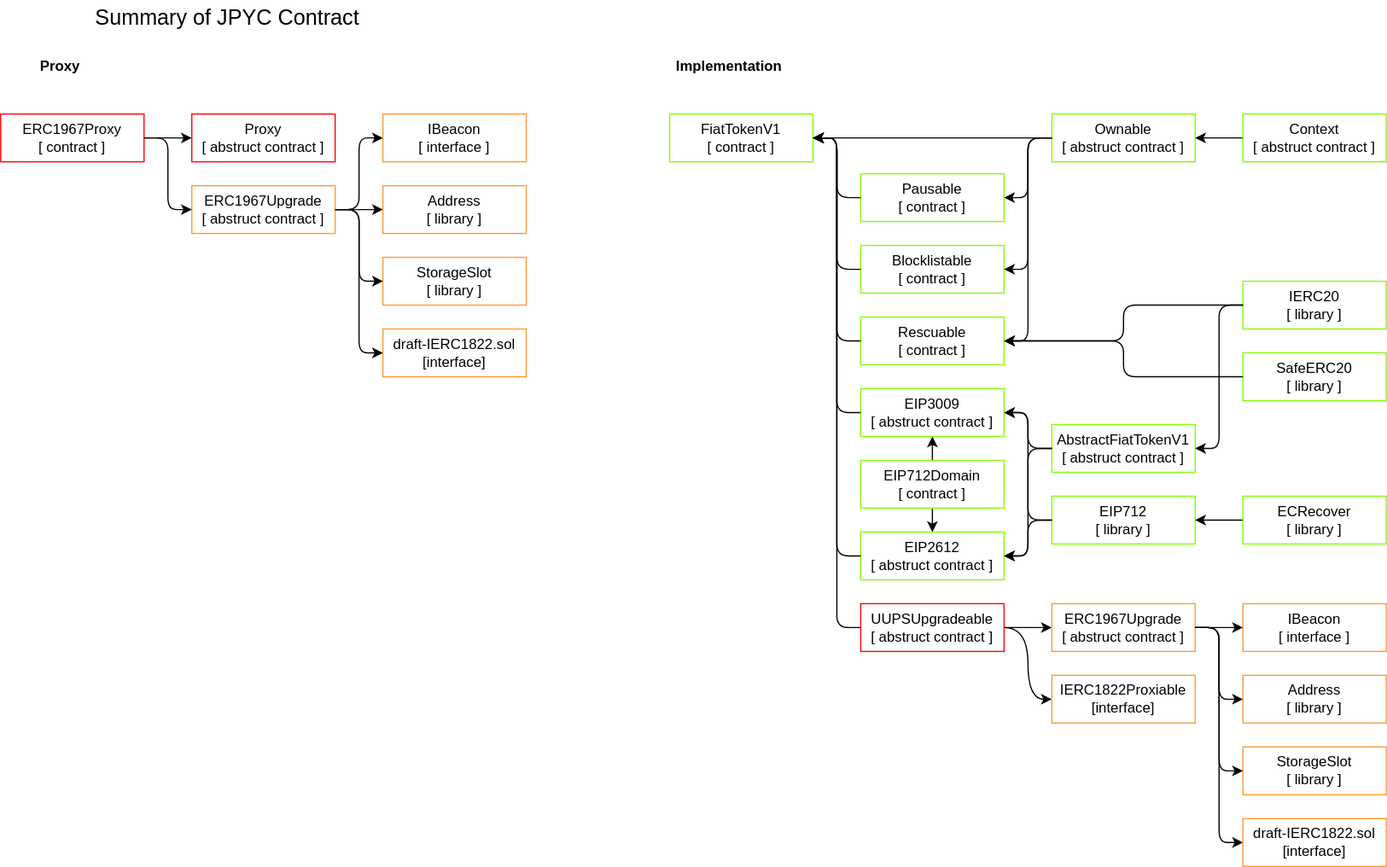
Before: contractArchitecture.drawio.svg, a diagram exported from draw.io (code-423n4/2022-02-jpyc). Source tidied: cells renumbered, new cells last; positions are measured from the earlier drawing's top-left corner, leaving out a move shared by most shapes.
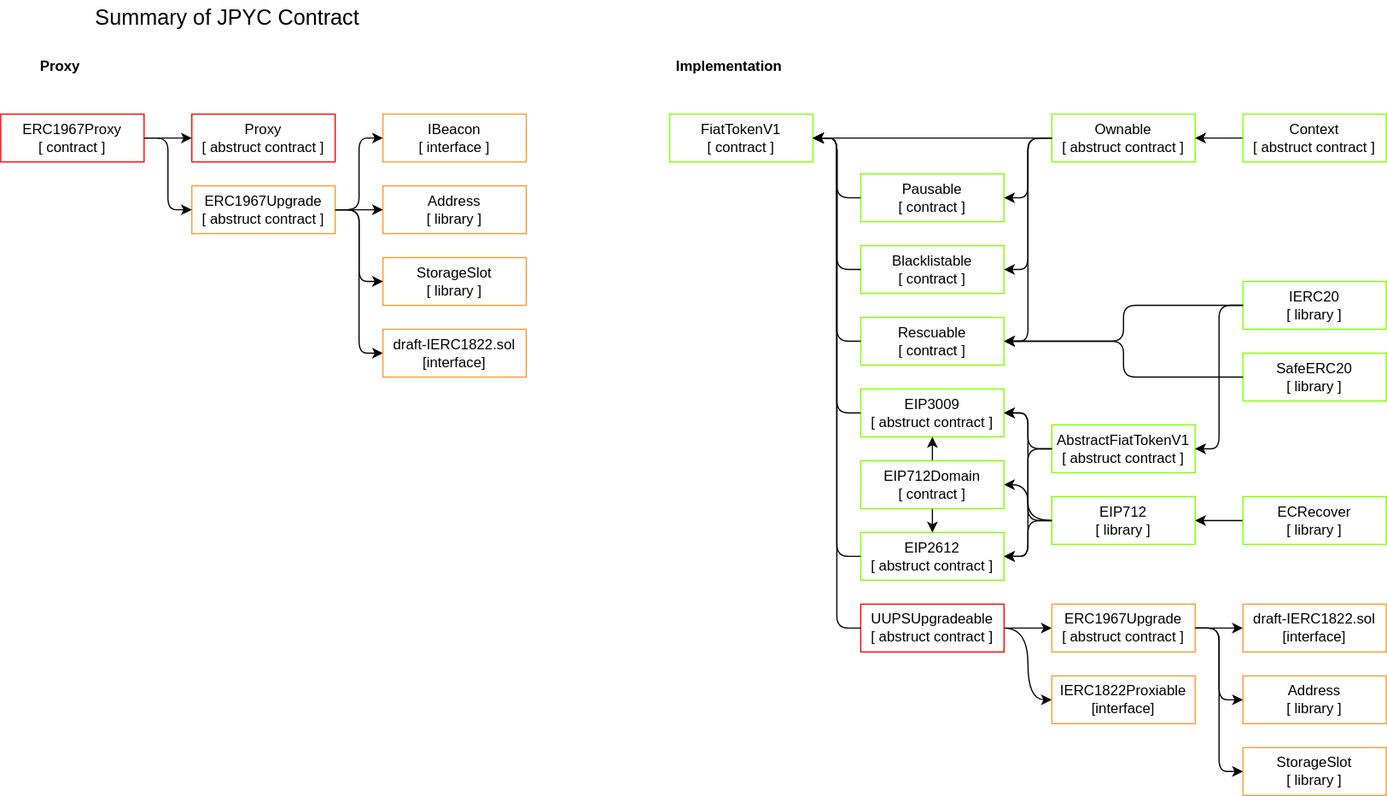
The same diagram one commit later.

The edit, as a diff of the source:
```diff
@@ -65,7 +65,7 @@
     <mxCell id="22" style="edgeStyle=elbowEdgeStyle;elbow=horizontal;endArrow=classic;html=1;exitX=0;exitY=0.5;exitDx=0;exitDy=0;entryX=1;entryY=0.5;entryDx=0;entryDy=0;" parent="1" edge="1" source="20" target="16">
       <mxGeometry relative="1" as="geometry" />
     </mxCell>
-    <mxCell id="23" value="Blocklistable&lt;br&gt;[ contract ]" style="rounded=0;whiteSpace=wrap;html=1;strokeColor=#80FF00;" parent="1" vertex="1">
+    <mxCell id="23" value="Blacklistable&lt;br&gt;[ contract ]" style="rounded=0;whiteSpace=wrap;html=1;strokeColor=#80FF00;" parent="1" vertex="1">
       <mxGeometry x="720" y="205" width="120" height="40" as="geometry" />
     </mxCell>
     <mxCell id="24" value="Rescuable&lt;br&gt;[ contract ]" style="rounded=0;whiteSpace=wrap;html=1;strokeColor=#80FF00;" parent="1" vertex="1">
@@ -100,6 +100,9 @@
     <mxCell id="33" value="AbstractFiatTokenV1&lt;br&gt;[ abstruct contract ]" style="rounded=0;whiteSpace=wrap;html=1;strokeColor=#80FF00;" parent="1" vertex="1">
       <mxGeometry x="880" y="355" width="120" height="40" as="geometry" />
     </mxCell>
+    <mxCell id="66" style="edgeStyle=orthogonalEdgeStyle;html=1;exitX=0;exitY=0.5;exitDx=0;exitDy=0;entryX=1;entryY=0.5;entryDx=0;entryDy=0;curved=1;" parent="1" edge="1" source="34" target="65">
+      <mxGeometry relative="1" as="geometry" />
+    </mxCell>
     <mxCell id="34" value="EIP712&lt;br&gt;[ library ]" style="rounded=0;whiteSpace=wrap;html=1;strokeColor=#80FF00;" parent="1" vertex="1">
       <mxGeometry x="880" y="415" width="120" height="40" as="geometry" />
     </mxCell>
@@ -154,18 +157,12 @@
     <mxCell id="51" value="ERC1967Upgrade&lt;br&gt;[ abstruct contract ]" style="rounded=0;whiteSpace=wrap;html=1;strokeColor=#FF9933;" parent="1" vertex="1">
       <mxGeometry x="880" y="505" width="120" height="40" as="geometry" />
     </mxCell>
-    <mxCell id="52" value="IBeacon&lt;br&gt;[ interface ]" style="rounded=0;whiteSpace=wrap;html=1;strokeColor=#FF9933;" parent="1" vertex="1">
-      <mxGeometry x="1040" y="505" width="120" height="40" as="geometry" />
-    </mxCell>
     <mxCell id="53" value="Address&lt;br&gt;[ library ]" style="rounded=0;whiteSpace=wrap;html=1;strokeColor=#FF9933;" parent="1" vertex="1">
       <mxGeometry x="1040" y="565" width="120" height="40" as="geometry" />
     </mxCell>
     <mxCell id="54" value="StorageSlot&lt;br&gt;[ library&amp;nbsp;]" style="rounded=0;whiteSpace=wrap;html=1;strokeColor=#FF9933;" parent="1" vertex="1">
       <mxGeometry x="1040" y="625" width="120" height="40" as="geometry" />
     </mxCell>
-    <mxCell id="55" style="edgeStyle=elbowEdgeStyle;elbow=horizontal;endArrow=classic;html=1;exitX=1;exitY=0.5;exitDx=0;exitDy=0;entryX=0;entryY=0.5;entryDx=0;entryDy=0;" parent="1" edge="1" source="51" target="52">
-      <mxGeometry relative="1" as="geometry" />
-    </mxCell>
     <mxCell id="56" style="edgeStyle=elbowEdgeStyle;elbow=horizontal;endArrow=classic;html=1;exitX=1;exitY=0.5;exitDx=0;exitDy=0;entryX=0;entryY=0.5;entryDx=0;entryDy=0;" parent="1" edge="1" source="51" target="54">
       <mxGeometry relative="1" as="geometry" />
     </mxCell>
@@ -184,7 +181,7 @@
       <mxGeometry x="320" y="275" width="120" height="40" as="geometry" />
     </mxCell>
     <mxCell id="61" value="draft-IERC1822.sol&lt;br&gt;[interface]" style="whiteSpace=wrap;html=1;strokeColor=#FF9933;" parent="1" vertex="1">
-      <mxGeometry x="1040" y="685" width="120" height="40" as="geometry" />
+      <mxGeometry x="1040" y="505" width="120" height="40" as="geometry" />
     </mxCell>
     <mxCell id="62" value="IERC1822Proxiable&lt;br&gt;[interface]" style="rounded=0;whiteSpace=wrap;html=1;strokeColor=#FF9933;" parent="1" vertex="1">
       <mxGeometry x="880" y="565" width="120" height="40" as="geometry" />
```
